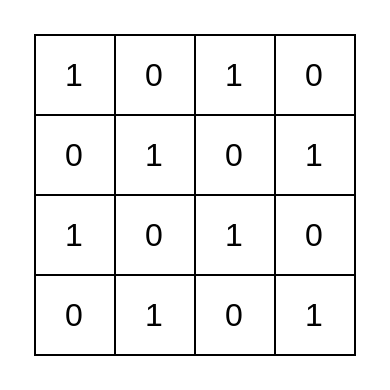
Above: doc/checkboard1.drawio in shanshan-lu/homwork (draw.io), before the change. Source tidied: cells renumbered, new cells numbered last; positions are measured from the earlier drawing's top-left corner, leaving out a move shared by most shapes. Both pictures are drawn from the tidied source at 200%, with x=0, y=0 at pixel (34, 34).
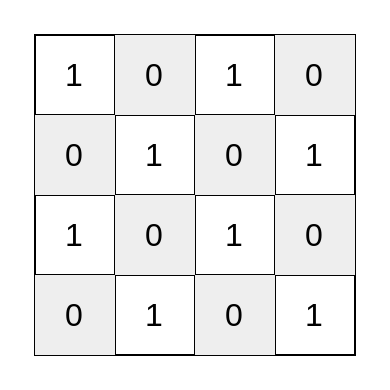
The same diagram, later.

The change refers to these unchanged cells:
```xml
<mxCell id="3" style="shape=tableRow;horizontal=0;startSize=0;swimlaneHead=0;swimlaneBody=0;strokeColor=inherit;top=0;left=0;bottom=0;right=0;fillColor=none;fontSize=16;" parent="2" vertex="1">
  <mxGeometry width="160" height="40" as="geometry" />
</mxCell>
<mxCell id="8" style="shape=tableRow;horizontal=0;startSize=0;swimlaneHead=0;swimlaneBody=0;strokeColor=inherit;top=0;left=0;bottom=0;right=0;fillColor=none;fontSize=16;" parent="2" vertex="1">
  <mxGeometry y="40" width="160" height="40" as="geometry" />
</mxCell>
<mxCell id="13" style="shape=tableRow;horizontal=0;startSize=0;swimlaneHead=0;swimlaneBody=0;strokeColor=inherit;top=0;left=0;bottom=0;right=0;fillColor=none;fontSize=16;" parent="2" vertex="1">
  <mxGeometry y="80" width="160" height="40" as="geometry" />
</mxCell>
<mxCell id="18" style="shape=tableRow;horizontal=0;startSize=0;swimlaneHead=0;swimlaneBody=0;strokeColor=inherit;top=0;left=0;bottom=0;right=0;fillColor=none;fontSize=16;" parent="2" vertex="1">
  <mxGeometry y="120" width="160" height="40" as="geometry" />
</mxCell>
```

Diff of the diagram source:
```diff
@@
-    <mxCell id="5" value="0" style="shape=partialRectangle;html=1;whiteSpace=wrap;strokeColor=inherit;overflow=hidden;fillColor=none;top=0;left=0;bottom=0;right=0;fontSize=16;" parent="3" vertex="1">
+    <mxCell id="5" value="0" style="shape=partialRectangle;html=1;whiteSpace=wrap;strokeColor=#36393d;overflow=hidden;fillColor=#eeeeee;top=0;left=0;bottom=0;right=0;fontSize=16;" parent="3" vertex="1">
       <mxGeometry x="40" width="40" height="40" as="geometry" />
     </mxCell>
@@
-    <mxCell id="7" value="0" style="shape=partialRectangle;html=1;whiteSpace=wrap;strokeColor=inherit;overflow=hidden;fillColor=none;top=0;left=0;bottom=0;right=0;fontSize=16;" parent="3" vertex="1">
+    <mxCell id="7" value="0" style="shape=partialRectangle;html=1;whiteSpace=wrap;strokeColor=#36393d;overflow=hidden;fillColor=#eeeeee;top=0;left=0;bottom=0;right=0;fontSize=16;" parent="3" vertex="1">
       <mxGeometry x="120" width="40" height="40" as="geometry" />
     </mxCell>
@@
-    <mxCell id="9" value="0" style="shape=partialRectangle;html=1;whiteSpace=wrap;strokeColor=inherit;overflow=hidden;fillColor=none;top=0;left=0;bottom=0;right=0;fontSize=16;" parent="8" vertex="1">
+    <mxCell id="9" value="0" style="shape=partialRectangle;html=1;whiteSpace=wrap;strokeColor=#36393d;overflow=hidden;fillColor=#eeeeee;top=0;left=0;bottom=0;right=0;fontSize=16;" parent="8" vertex="1">
       <mxGeometry width="40" height="40" as="geometry" />
     </mxCell>
@@
-    <mxCell id="11" value="0" style="shape=partialRectangle;html=1;whiteSpace=wrap;strokeColor=inherit;overflow=hidden;fillColor=none;top=0;left=0;bottom=0;right=0;fontSize=16;" parent="8" vertex="1">
+    <mxCell id="11" value="0" style="shape=partialRectangle;html=1;whiteSpace=wrap;strokeColor=#36393d;overflow=hidden;fillColor=#eeeeee;top=0;left=0;bottom=0;right=0;fontSize=16;" parent="8" vertex="1">
       <mxGeometry x="80" width="40" height="40" as="geometry" />
     </mxCell>
@@
-    <mxCell id="15" value="0" style="shape=partialRectangle;html=1;whiteSpace=wrap;strokeColor=inherit;overflow=hidden;fillColor=none;top=0;left=0;bottom=0;right=0;fontSize=16;" parent="13" vertex="1">
+    <mxCell id="15" value="0" style="shape=partialRectangle;html=1;whiteSpace=wrap;strokeColor=#36393d;overflow=hidden;fillColor=#eeeeee;top=0;left=0;bottom=0;right=0;fontSize=16;" parent="13" vertex="1">
       <mxGeometry x="40" width="40" height="40" as="geometry" />
     </mxCell>
@@
-    <mxCell id="17" value="0" style="shape=partialRectangle;html=1;whiteSpace=wrap;strokeColor=inherit;overflow=hidden;fillColor=none;top=0;left=0;bottom=0;right=0;fontSize=16;" parent="13" vertex="1">
+    <mxCell id="17" value="0" style="shape=partialRectangle;html=1;whiteSpace=wrap;strokeColor=#36393d;overflow=hidden;fillColor=#eeeeee;top=0;left=0;bottom=0;right=0;fontSize=16;" parent="13" vertex="1">
       <mxGeometry x="120" width="40" height="40" as="geometry" />
     </mxCell>
@@
-    <mxCell id="19" value="0" style="shape=partialRectangle;html=1;whiteSpace=wrap;strokeColor=inherit;overflow=hidden;fillColor=none;top=0;left=0;bottom=0;right=0;fontSize=16;" parent="18" vertex="1">
+    <mxCell id="19" value="0" style="shape=partialRectangle;html=1;whiteSpace=wrap;strokeColor=#36393d;overflow=hidden;fillColor=#eeeeee;top=0;left=0;bottom=0;right=0;fontSize=16;" parent="18" vertex="1">
       <mxGeometry width="40" height="40" as="geometry" />
     </mxCell>
@@
-    <mxCell id="21" value="0" style="shape=partialRectangle;html=1;whiteSpace=wrap;strokeColor=inherit;overflow=hidden;fillColor=none;top=0;left=0;bottom=0;right=0;fontSize=16;" parent="18" vertex="1">
+    <mxCell id="21" value="0" style="shape=partialRectangle;html=1;whiteSpace=wrap;strokeColor=#36393d;overflow=hidden;fillColor=#eeeeee;top=0;left=0;bottom=0;right=0;fontSize=16;" parent="18" vertex="1">
       <mxGeometry x="80" width="40" height="40" as="geometry" />
     </mxCell>
```
